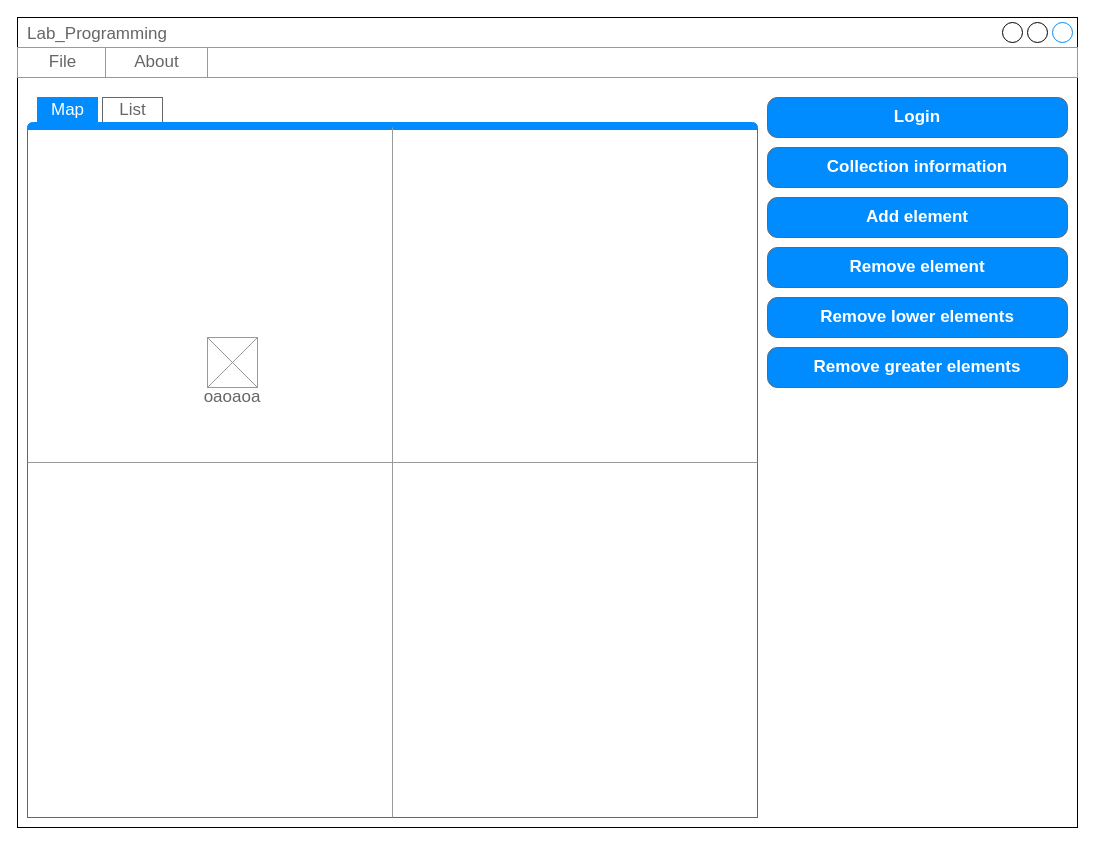
Earlier version of the draw.io diagram page "Main window (-, Map, not selected)" (3 of 11) of Lab8_Programming.drawio (ProgMiner/Lab_Programming). Source tidied: cells renumbered, new cells numbered last; positions are measured from the earlier drawing's top-left corner, leaving out a move shared by most shapes. Both pictures are drawn from the tidied source at 100%, with x=0, y=0 at pixel (17, 17).
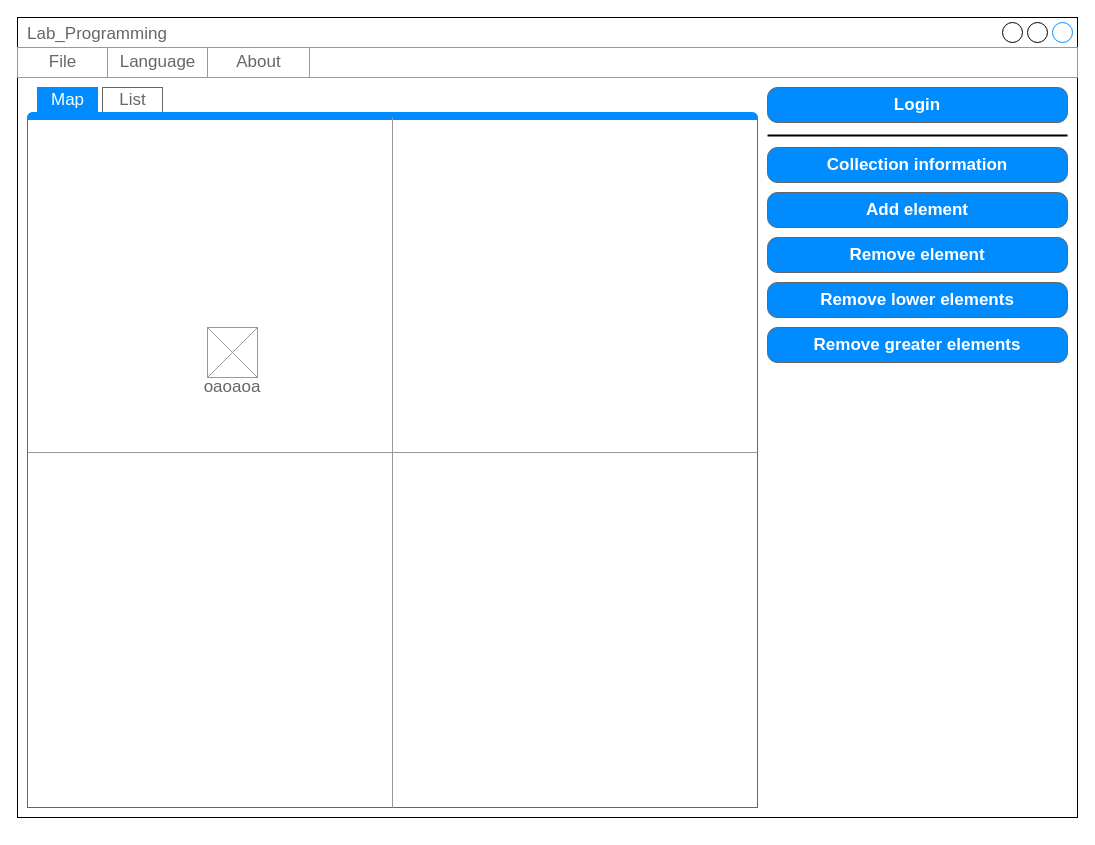
The same diagram, later.

The change refers to these unchanged cells:
```xml
<mxCell id="3" style="strokeWidth=1;shadow=0;dashed=0;align=center;html=1;shape=mxgraph.mockup.forms.rrect;rSize=0;strokeColor=#999999;fillColor=#ffffff;" parent="1" vertex="1">
  <mxGeometry y="30" width="1060" height="30" as="geometry" />
</mxCell>
```

Diff of the diagram source:
```diff
@@
     <mxCell id="2" value="Lab_Programming" style="strokeWidth=1;shadow=0;dashed=0;align=center;html=1;shape=mxgraph.mockup.containers.window;align=left;verticalAlign=top;spacingLeft=8;strokeColor2=#008cff;strokeColor3=#c4c4c4;fontColor=#666666;fillColor=#ffffff;mainText=;fontSize=17;labelBackgroundColor=none;" parent="1" vertex="1">
-      <mxGeometry width="1060" height="810" as="geometry" />
+      <mxGeometry width="1060" height="800" as="geometry" />
     </mxCell>
@@
     <mxCell id="5" value="About" style="strokeColor=inherit;fillColor=inherit;gradientColor=inherit;strokeWidth=1;shadow=0;dashed=0;align=center;html=1;shape=mxgraph.mockup.forms.rrect;rSize=0;fontSize=17;fontColor=#666666;" parent="3" vertex="1">
-      <mxGeometry x="88" width="102" height="30" as="geometry" />
+      <mxGeometry x="190" width="102" height="30" as="geometry" />
     </mxCell>
+    <mxCell id="20" value="Language&lt;br&gt;" style="strokeColor=inherit;fillColor=inherit;gradientColor=inherit;strokeWidth=1;shadow=0;dashed=0;align=center;html=1;shape=mxgraph.mockup.forms.rrect;rSize=0;fontSize=17;fontColor=#666666;" parent="3" vertex="1">
+      <mxGeometry x="90" width="100" height="30" as="geometry" />
+    </mxCell>
     <mxCell id="6" style="strokeWidth=1;shadow=0;dashed=0;align=center;html=1;shape=mxgraph.mockup.containers.marginRect2;rectMarginTop=32;strokeColor=#666666;fillColor=#ffffff;gradientColor=none;" parent="1" vertex="1">
-      <mxGeometry x="10" y="80" width="730" height="720" as="geometry" />
+      <mxGeometry x="10" y="70" width="730" height="720" as="geometry" />
     </mxCell>
@@
     <mxCell id="14" value="Add element" style="strokeWidth=1;shadow=0;dashed=0;align=center;html=1;shape=mxgraph.mockup.buttons.button;strokeColor=#666666;fontColor=#ffffff;mainText=;buttonStyle=round;fontSize=17;fontStyle=1;fillColor=#008cff;whiteSpace=wrap;" parent="1" vertex="1">
-      <mxGeometry x="750" y="180" width="300" height="40" as="geometry" />
+      <mxGeometry x="750" y="175" width="300" height="35" as="geometry" />
     </mxCell>
     <mxCell id="15" value="Remove element" style="strokeWidth=1;shadow=0;dashed=0;align=center;html=1;shape=mxgraph.mockup.buttons.button;strokeColor=#666666;fontColor=#ffffff;mainText=;buttonStyle=round;fontSize=17;fontStyle=1;fillColor=#008cff;whiteSpace=wrap;" parent="1" vertex="1">
-      <mxGeometry x="750" y="230" width="300" height="40" as="geometry" />
+      <mxGeometry x="750" y="220" width="300" height="35" as="geometry" />
     </mxCell>
     <mxCell id="16" value="Remove lower elements" style="strokeWidth=1;shadow=0;dashed=0;align=center;html=1;shape=mxgraph.mockup.buttons.button;strokeColor=#666666;fontColor=#ffffff;mainText=;buttonStyle=round;fontSize=17;fontStyle=1;fillColor=#008cff;whiteSpace=wrap;" parent="1" vertex="1">
-      <mxGeometry x="750" y="280" width="300" height="40" as="geometry" />
+      <mxGeometry x="750" y="265" width="300" height="35" as="geometry" />
     </mxCell>
     <mxCell id="17" value="Remove greater elements" style="strokeWidth=1;shadow=0;dashed=0;align=center;html=1;shape=mxgraph.mockup.buttons.button;strokeColor=#666666;fontColor=#ffffff;mainText=;buttonStyle=round;fontSize=17;fontStyle=1;fillColor=#008cff;whiteSpace=wrap;" parent="1" vertex="1">
-      <mxGeometry x="750" y="330" width="300" height="40" as="geometry" />
+      <mxGeometry x="750" y="310" width="300" height="35" as="geometry" />
     </mxCell>
     <mxCell id="18" value="Collection information" style="strokeWidth=1;shadow=0;dashed=0;align=center;html=1;shape=mxgraph.mockup.buttons.button;strokeColor=#666666;fontColor=#ffffff;mainText=;buttonStyle=round;fontSize=17;fontStyle=1;fillColor=#008cff;whiteSpace=wrap;" parent="1" vertex="1">
-      <mxGeometry x="750" y="130" width="300" height="40" as="geometry" />
+      <mxGeometry x="750" y="130" width="300" height="35" as="geometry" />
     </mxCell>
     <mxCell id="19" value="Login" style="strokeWidth=1;shadow=0;dashed=0;align=center;html=1;shape=mxgraph.mockup.buttons.button;strokeColor=#666666;fontColor=#ffffff;mainText=;buttonStyle=round;fontSize=17;fontStyle=1;fillColor=#008cff;whiteSpace=wrap;" parent="1" vertex="1">
-      <mxGeometry x="750" y="80" width="300" height="40" as="geometry" />
+      <mxGeometry x="750" y="70" width="300" height="35" as="geometry" />
     </mxCell>
+    <mxCell id="21" style="line;strokeWidth=2;html=1;fontFamily=Helvetica;fontSize=17;fontColor=#666666;align=left;" parent="1" vertex="1">
+      <mxGeometry x="750" y="113" width="300" height="10" as="geometry" />
+    </mxCell>
```
